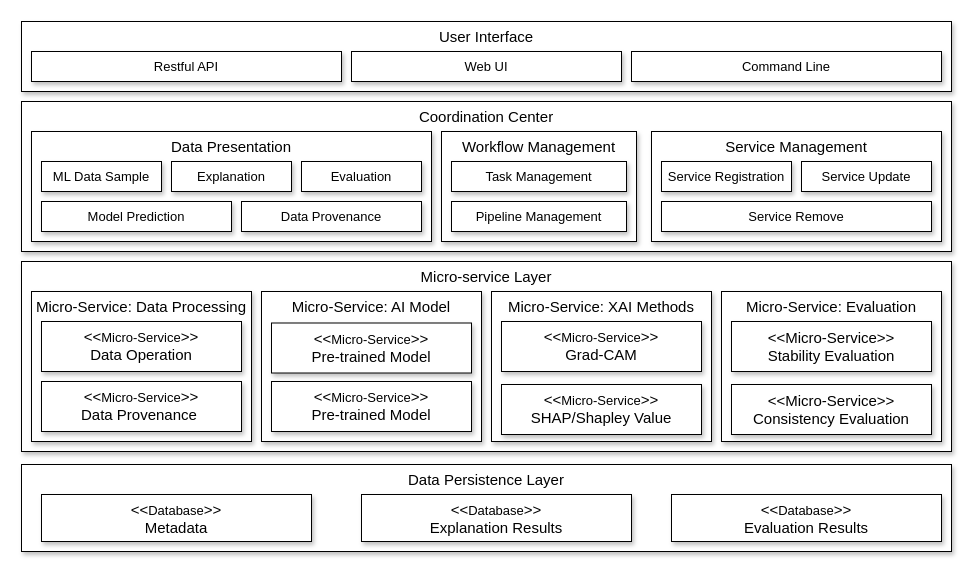
This is page "New sys layer arch" (3 of 8) of design.drawio from ZeruiW/XAI-Service, a draw.io file, before an edit. Source tidied: cells renumbered, new cells numbered last; positions are measured from the earlier drawing's top-left corner, leaving out a move shared by most shapes. Both pictures are drawn from the tidied source at 100%, with x=0, y=0 at pixel (21, 21).
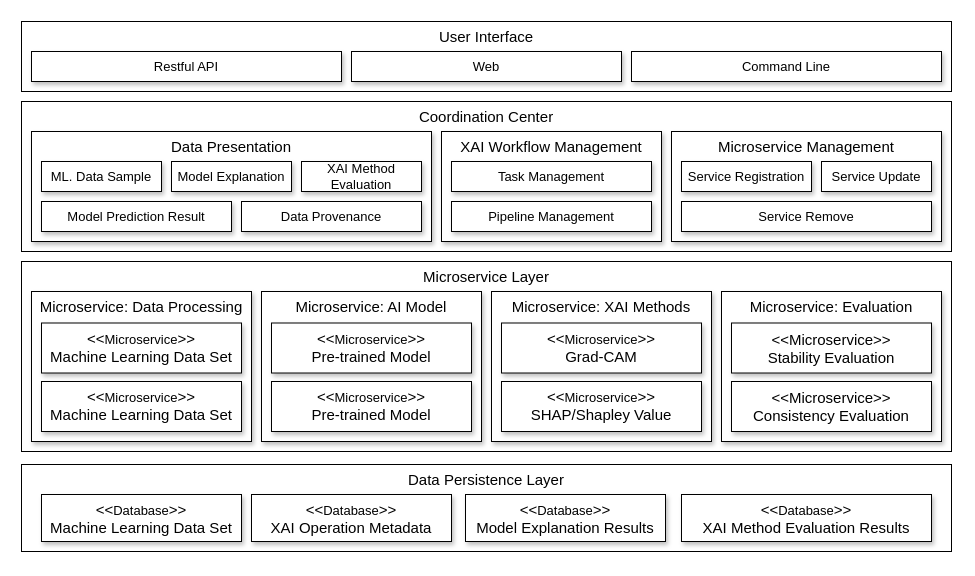
After the change.

Change to the diagram source:
```diff
@@
-    <mxCell id="2" value="User Interface" style="rounded=0;whiteSpace=wrap;html=1;fontSize=15;align=center;verticalAlign=top;shadow=1;" parent="1" vertex="1">
+    <mxCell id="2" value="User Interface" style="rounded=0;whiteSpace=wrap;html=1;fontSize=15;align=center;verticalAlign=top;shadow=0;" parent="1" vertex="1">
       <mxGeometry width="930" height="70" as="geometry" />
     </mxCell>
-    <mxCell id="3" value="Micro-service Layer" style="rounded=0;whiteSpace=wrap;html=1;fontSize=15;verticalAlign=top;shadow=1;" parent="1" vertex="1">
+    <mxCell id="3" value="Microservice Layer" style="rounded=0;whiteSpace=wrap;html=1;fontSize=15;verticalAlign=top;shadow=0;" parent="1" vertex="1">
       <mxGeometry y="240" width="930" height="190" as="geometry" />
     </mxCell>
-    <mxCell id="4" value="Data Persistence Layer" style="rounded=0;whiteSpace=wrap;html=1;fontSize=15;verticalAlign=top;shadow=1;" parent="1" vertex="1">
+    <mxCell id="4" value="Data Persistence Layer" style="rounded=0;whiteSpace=wrap;html=1;fontSize=15;verticalAlign=top;shadow=0;" parent="1" vertex="1">
       <mxGeometry y="443" width="930" height="87" as="geometry" />
     </mxCell>
-    <mxCell id="5" value="Micro-Service: AI Model" style="rounded=0;whiteSpace=wrap;html=1;fontSize=15;align=center;verticalAlign=top;shadow=1;" parent="1" vertex="1">
+    <mxCell id="5" value="Microservice: AI Model" style="rounded=0;whiteSpace=wrap;html=1;fontSize=15;align=center;verticalAlign=top;shadow=1;" parent="1" vertex="1">
       <mxGeometry x="240" y="270" width="220" height="150" as="geometry" />
     </mxCell>
-    <mxCell id="6" value="Micro-Service: Data Processing" style="rounded=0;whiteSpace=wrap;html=1;fontSize=15;align=center;verticalAlign=top;shadow=1;" parent="1" vertex="1">
+    <mxCell id="6" value="Microservice: Data Processing" style="rounded=0;whiteSpace=wrap;html=1;fontSize=15;align=center;verticalAlign=top;shadow=1;" parent="1" vertex="1">
       <mxGeometry x="10" y="270" width="220" height="150" as="geometry" />
     </mxCell>
-    <mxCell id="7" value="&amp;lt;&amp;lt;&lt;span style=&quot;font-size: 13px&quot;&gt;Micro-Service&lt;/span&gt;&amp;gt;&amp;gt;&lt;br&gt;Pre-trained Model" style="rounded=0;whiteSpace=wrap;html=1;fontSize=15;verticalAlign=top;shadow=1;" parent="1" vertex="1">
+    <mxCell id="7" value="&amp;lt;&amp;lt;&lt;span style=&quot;font-size: 13px&quot;&gt;Microservice&lt;/span&gt;&amp;gt;&amp;gt;&lt;br&gt;Pre-trained Model" style="rounded=0;whiteSpace=wrap;html=1;fontSize=15;verticalAlign=top;shadow=1;" parent="1" vertex="1">
       <mxGeometry x="250" y="301.5" width="200" height="50" as="geometry" />
     </mxCell>
-    <mxCell id="8" value="&amp;lt;&amp;lt;&lt;span style=&quot;font-size: 13px&quot;&gt;Micro-Service&lt;/span&gt;&amp;gt;&amp;gt;&lt;br&gt;Pre-trained Model" style="rounded=0;whiteSpace=wrap;html=1;fontSize=15;verticalAlign=top;shadow=1;" parent="1" vertex="1">
+    <mxCell id="8" value="&amp;lt;&amp;lt;&lt;span style=&quot;font-size: 13px&quot;&gt;Microservice&lt;/span&gt;&amp;gt;&amp;gt;&lt;br&gt;Pre-trained Model" style="rounded=0;whiteSpace=wrap;html=1;fontSize=15;verticalAlign=top;shadow=1;" parent="1" vertex="1">
       <mxGeometry x="250" y="360" width="200" height="50" as="geometry" />
     </mxCell>
-    <mxCell id="9" value="Micro-Service: XAI Methods" style="rounded=0;whiteSpace=wrap;html=1;fontSize=15;align=center;verticalAlign=top;shadow=1;" parent="1" vertex="1">
+    <mxCell id="9" value="Microservice: XAI Methods" style="rounded=0;whiteSpace=wrap;html=1;fontSize=15;align=center;verticalAlign=top;shadow=1;" parent="1" vertex="1">
       <mxGeometry x="470" y="270" width="220" height="150" as="geometry" />
     </mxCell>
-    <mxCell id="10" value="&amp;lt;&amp;lt;&lt;span style=&quot;font-size: 13px&quot;&gt;Micro-Service&lt;/span&gt;&amp;gt;&amp;gt;&lt;br&gt;SHAP/Shapley Value" style="rounded=0;whiteSpace=wrap;html=1;fontSize=15;verticalAlign=top;shadow=1;" parent="1" vertex="1">
-      <mxGeometry x="480" y="363" width="200" height="50" as="geometry" />
+    <mxCell id="10" value="&amp;lt;&amp;lt;&lt;span style=&quot;font-size: 13px&quot;&gt;Microservice&lt;/span&gt;&amp;gt;&amp;gt;&lt;br&gt;SHAP/Shapley Value" style="rounded=0;whiteSpace=wrap;html=1;fontSize=15;verticalAlign=top;shadow=1;" parent="1" vertex="1">
+      <mxGeometry x="480" y="360" width="200" height="50" as="geometry" />
     </mxCell>
-    <mxCell id="11" value="Micro-Service: Evaluation" style="rounded=0;whiteSpace=wrap;html=1;fontSize=15;align=center;verticalAlign=top;shadow=1;" parent="1" vertex="1">
+    <mxCell id="11" value="Microservice: Evaluation" style="rounded=0;whiteSpace=wrap;html=1;fontSize=15;align=center;verticalAlign=top;shadow=1;" parent="1" vertex="1">
       <mxGeometry x="700" y="270" width="220" height="150" as="geometry" />
     </mxCell>
-    <mxCell id="12" value="&amp;lt;&amp;lt;&lt;span style=&quot;font-size: 13px&quot;&gt;Micro-Service&lt;/span&gt;&amp;gt;&amp;gt;&lt;br&gt;Grad-CAM" style="rounded=0;whiteSpace=wrap;html=1;fontSize=15;verticalAlign=top;shadow=1;" parent="1" vertex="1">
-      <mxGeometry x="480" y="300" width="200" height="50" as="geometry" />
+    <mxCell id="12" value="&amp;lt;&amp;lt;&lt;span style=&quot;font-size: 13px&quot;&gt;Microservice&lt;/span&gt;&amp;gt;&amp;gt;&lt;br&gt;Grad-CAM" style="rounded=0;whiteSpace=wrap;html=1;fontSize=15;verticalAlign=top;shadow=1;" parent="1" vertex="1">
+      <mxGeometry x="480" y="301.5" width="200" height="50" as="geometry" />
     </mxCell>
     <mxCell id="13" style="edgeStyle=orthogonalEdgeStyle;rounded=0;orthogonalLoop=1;jettySize=auto;html=1;exitX=0.5;exitY=1;exitDx=0;exitDy=0;fontSize=15;shadow=1;" parent="1" edge="1">
       <mxGeometry relative="1" as="geometry">
-        <mxPoint x="125" y="350" as="sourcePoint" />
-        <mxPoint x="125" y="350" as="targetPoint" />
+        <mxPoint x="125" y="375" as="sourcePoint" />
+        <mxPoint x="125" y="375" as="targetPoint" />
       </mxGeometry>
     </mxCell>
-    <mxCell id="14" value="&lt;font style=&quot;font-size: 15px&quot;&gt;&amp;lt;&amp;lt;Micro-Service&amp;gt;&amp;gt;&lt;br&gt;Stability Evaluation&lt;/font&gt;" style="rounded=0;whiteSpace=wrap;html=1;fontSize=13;align=center;verticalAlign=middle;shadow=1;" parent="1" vertex="1">
-      <mxGeometry x="710" y="300" width="200" height="50" as="geometry" />
+    <mxCell id="14" value="&lt;font style=&quot;font-size: 15px&quot;&gt;&amp;lt;&amp;lt;Microservice&amp;gt;&amp;gt;&lt;br&gt;Stability Evaluation&lt;/font&gt;" style="rounded=0;whiteSpace=wrap;html=1;fontSize=13;align=center;verticalAlign=middle;shadow=1;" parent="1" vertex="1">
+      <mxGeometry x="710" y="301.5" width="200" height="50" as="geometry" />
     </mxCell>
-    <mxCell id="15" value="&lt;font style=&quot;font-size: 15px&quot;&gt;&amp;lt;&amp;lt;Micro-Service&amp;gt;&amp;gt;&lt;br&gt;Consistency Evaluation&lt;/font&gt;" style="rounded=0;whiteSpace=wrap;html=1;fontSize=13;align=center;verticalAlign=middle;shadow=1;" parent="1" vertex="1">
-      <mxGeometry x="710" y="363" width="200" height="50" as="geometry" />
+    <mxCell id="15" value="&lt;font style=&quot;font-size: 15px&quot;&gt;&amp;lt;&amp;lt;Microservice&amp;gt;&amp;gt;&lt;br&gt;Consistency Evaluation&lt;/font&gt;" style="rounded=0;whiteSpace=wrap;html=1;fontSize=13;align=center;verticalAlign=middle;shadow=1;" parent="1" vertex="1">
+      <mxGeometry x="710" y="360" width="200" height="50" as="geometry" />
     </mxCell>
-    <mxCell id="16" value="&amp;lt;&amp;lt;&lt;span style=&quot;font-size: 13px&quot;&gt;Micro-Service&lt;/span&gt;&amp;gt;&amp;gt;&lt;br&gt;Data Operation" style="rounded=0;whiteSpace=wrap;html=1;fontSize=15;verticalAlign=top;shadow=1;" parent="1" vertex="1">
-      <mxGeometry x="20" y="300" width="200" height="50" as="geometry" />
+    <mxCell id="16" value="&amp;lt;&amp;lt;&lt;span style=&quot;font-size: 13px&quot;&gt;Microservice&lt;/span&gt;&amp;gt;&amp;gt;&lt;br&gt;Machine Learning Data Set" style="rounded=0;whiteSpace=wrap;html=1;fontSize=15;verticalAlign=top;shadow=1;" parent="1" vertex="1">
+      <mxGeometry x="20" y="301.5" width="200" height="50" as="geometry" />
     </mxCell>
-    <mxCell id="17" value="&amp;lt;&amp;lt;&lt;span style=&quot;font-size: 13px&quot;&gt;Micro-Service&lt;/span&gt;&amp;gt;&amp;gt;&lt;br&gt;Data Provenance&amp;nbsp;" style="rounded=0;whiteSpace=wrap;html=1;fontSize=15;verticalAlign=top;shadow=1;" parent="1" vertex="1">
-      <mxGeometry x="20" y="360" width="200" height="50" as="geometry" />
-    </mxCell>
@@
-    <mxCell id="19" value="&lt;font style=&quot;font-size: 13px&quot;&gt;Web UI&lt;/font&gt;" style="rounded=0;whiteSpace=wrap;html=1;fontSize=13;align=center;verticalAlign=middle;shadow=1;" parent="1" vertex="1">
+    <mxCell id="19" value="&lt;font style=&quot;font-size: 13px&quot;&gt;Web&lt;/font&gt;" style="rounded=0;whiteSpace=wrap;html=1;fontSize=13;align=center;verticalAlign=middle;shadow=1;" parent="1" vertex="1">
       <mxGeometry x="330" y="30" width="270" height="30" as="geometry" />
     </mxCell>
@@
-    <mxCell id="21" value="&amp;lt;&amp;lt;&lt;span style=&quot;font-size: 13px&quot;&gt;Database&lt;/span&gt;&amp;gt;&amp;gt;&lt;br&gt;Metadata" style="rounded=0;whiteSpace=wrap;html=1;fontSize=15;verticalAlign=top;shadow=1;" parent="1" vertex="1">
-      <mxGeometry x="20" y="473" width="270" height="47" as="geometry" />
+    <mxCell id="21" value="&amp;lt;&amp;lt;&lt;span style=&quot;font-size: 13px&quot;&gt;Database&lt;/span&gt;&amp;gt;&amp;gt;&lt;br&gt;XAI Operation Metadata" style="rounded=0;whiteSpace=wrap;html=1;fontSize=15;verticalAlign=top;shadow=1;" parent="1" vertex="1">
+      <mxGeometry x="230" y="473" width="200" height="47" as="geometry" />
     </mxCell>
-    <mxCell id="22" value="&amp;lt;&amp;lt;&lt;span style=&quot;font-size: 13px&quot;&gt;Database&lt;/span&gt;&amp;gt;&amp;gt;&lt;br&gt;Explanation Results" style="rounded=0;whiteSpace=wrap;html=1;fontSize=15;verticalAlign=top;shadow=1;" parent="1" vertex="1">
-      <mxGeometry x="340" y="473" width="270" height="47" as="geometry" />
+    <mxCell id="22" value="&amp;lt;&amp;lt;&lt;span style=&quot;font-size: 13px&quot;&gt;Database&lt;/span&gt;&amp;gt;&amp;gt;&lt;br&gt;Model Explanation Results" style="rounded=0;whiteSpace=wrap;html=1;fontSize=15;verticalAlign=top;shadow=1;" parent="1" vertex="1">
+      <mxGeometry x="444" y="473" width="200" height="47" as="geometry" />
     </mxCell>
-    <mxCell id="23" value="&amp;lt;&amp;lt;&lt;span style=&quot;font-size: 13px&quot;&gt;Database&lt;/span&gt;&amp;gt;&amp;gt;&lt;br&gt;Evaluation Results" style="rounded=0;whiteSpace=wrap;html=1;fontSize=15;verticalAlign=top;shadow=1;" parent="1" vertex="1">
-      <mxGeometry x="650" y="473" width="270" height="47" as="geometry" />
+    <mxCell id="23" value="&amp;lt;&amp;lt;&lt;span style=&quot;font-size: 13px&quot;&gt;Database&lt;/span&gt;&amp;gt;&amp;gt;&lt;br&gt;XAI Method Evaluation Results" style="rounded=0;whiteSpace=wrap;html=1;fontSize=15;verticalAlign=top;shadow=1;" parent="1" vertex="1">
+      <mxGeometry x="660" y="473" width="250" height="47" as="geometry" />
     </mxCell>
-    <mxCell id="24" value="Coordination Center" style="rounded=0;whiteSpace=wrap;html=1;fontSize=15;align=center;verticalAlign=top;shadow=1;" parent="1" vertex="1">
+    <mxCell id="24" value="Coordination Center" style="rounded=0;whiteSpace=wrap;html=1;fontSize=15;align=center;verticalAlign=top;shadow=0;" parent="1" vertex="1">
       <mxGeometry y="80" width="930" height="150" as="geometry" />
     </mxCell>
-    <mxCell id="25" value="&lt;span style=&quot;font-size: 15px&quot;&gt;Workflow Management&lt;/span&gt;" style="rounded=0;whiteSpace=wrap;html=1;fontSize=13;verticalAlign=top;shadow=1;" parent="1" vertex="1">
-      <mxGeometry x="420" y="110" width="195" height="110" as="geometry" />
+    <mxCell id="25" value="&lt;span style=&quot;font-size: 15px&quot;&gt;XAI Workflow Management&lt;/span&gt;" style="rounded=0;whiteSpace=wrap;html=1;fontSize=13;verticalAlign=top;shadow=1;" parent="1" vertex="1">
+      <mxGeometry x="420" y="110" width="220" height="110" as="geometry" />
     </mxCell>
-    <mxCell id="26" value="&lt;span style=&quot;font-size: 15px&quot;&gt;Service Management&lt;/span&gt;" style="rounded=0;whiteSpace=wrap;html=1;fontSize=13;verticalAlign=top;shadow=1;" parent="1" vertex="1">
-      <mxGeometry x="630" y="110" width="290" height="110" as="geometry" />
+    <mxCell id="26" value="&lt;span style=&quot;font-size: 15px&quot;&gt;Microservice Management&lt;/span&gt;" style="rounded=0;whiteSpace=wrap;html=1;fontSize=13;verticalAlign=top;shadow=1;" parent="1" vertex="1">
+      <mxGeometry x="650" y="110" width="270" height="110" as="geometry" />
     </mxCell>
     <mxCell id="27" value="&lt;font style=&quot;font-size: 13px&quot;&gt;Service Registration&lt;/font&gt;" style="rounded=0;whiteSpace=wrap;html=1;fontSize=13;align=center;verticalAlign=middle;shadow=1;" parent="1" vertex="1">
-      <mxGeometry x="640" y="140" width="130" height="30" as="geometry" />
+      <mxGeometry x="660" y="140" width="130" height="30" as="geometry" />
     </mxCell>
     <mxCell id="28" value="&lt;font style=&quot;font-size: 13px&quot;&gt;Service Update&lt;/font&gt;" style="rounded=0;whiteSpace=wrap;html=1;fontSize=13;align=center;verticalAlign=middle;shadow=1;" parent="1" vertex="1">
-      <mxGeometry x="780" y="140" width="130" height="30" as="geometry" />
+      <mxGeometry x="800" y="140" width="110" height="30" as="geometry" />
     </mxCell>
     <mxCell id="29" value="&lt;font style=&quot;font-size: 13px&quot;&gt;Service Remove&lt;/font&gt;" style="rounded=0;whiteSpace=wrap;html=1;fontSize=13;align=center;verticalAlign=middle;shadow=1;" parent="1" vertex="1">
-      <mxGeometry x="640" y="180" width="270" height="30" as="geometry" />
+      <mxGeometry x="660" y="180" width="250" height="30" as="geometry" />
     </mxCell>
     <mxCell id="30" value="&lt;font style=&quot;font-size: 13px&quot;&gt;Task Management&lt;/font&gt;" style="rounded=0;whiteSpace=wrap;html=1;fontSize=13;align=center;verticalAlign=middle;shadow=1;" parent="1" vertex="1">
-      <mxGeometry x="430" y="140" width="175" height="30" as="geometry" />
+      <mxGeometry x="430" y="140" width="200" height="30" as="geometry" />
     </mxCell>
     <mxCell id="31" value="&lt;font style=&quot;font-size: 13px&quot;&gt;Pipeline Management&lt;/font&gt;" style="rounded=0;whiteSpace=wrap;html=1;fontSize=13;align=center;verticalAlign=middle;shadow=1;" parent="1" vertex="1">
-      <mxGeometry x="430" y="180" width="175" height="30" as="geometry" />
+      <mxGeometry x="430" y="180" width="200" height="30" as="geometry" />
     </mxCell>
@@
-    <mxCell id="33" value="&lt;font style=&quot;font-size: 13px&quot;&gt;Explanation&lt;/font&gt;" style="rounded=0;whiteSpace=wrap;html=1;fontSize=13;align=center;verticalAlign=middle;shadow=1;" parent="1" vertex="1">
+    <mxCell id="33" value="&lt;font style=&quot;font-size: 13px&quot;&gt;Model Explanation&lt;/font&gt;" style="rounded=0;whiteSpace=wrap;html=1;fontSize=13;align=center;verticalAlign=middle;shadow=1;" parent="1" vertex="1">
       <mxGeometry x="150" y="140" width="120" height="30" as="geometry" />
     </mxCell>
-    <mxCell id="34" value="&lt;font style=&quot;font-size: 13px&quot;&gt;Model Prediction&lt;/font&gt;" style="rounded=0;whiteSpace=wrap;html=1;fontSize=13;align=center;verticalAlign=middle;shadow=1;" parent="1" vertex="1">
+    <mxCell id="34" value="&lt;font style=&quot;font-size: 13px&quot;&gt;Model Prediction Result&lt;/font&gt;" style="rounded=0;whiteSpace=wrap;html=1;fontSize=13;align=center;verticalAlign=middle;shadow=1;" parent="1" vertex="1">
       <mxGeometry x="20" y="180" width="190" height="30" as="geometry" />
     </mxCell>
-    <mxCell id="35" value="&lt;font style=&quot;font-size: 13px&quot;&gt;Evaluation&lt;/font&gt;" style="rounded=0;whiteSpace=wrap;html=1;fontSize=13;align=center;verticalAlign=middle;shadow=1;" parent="1" vertex="1">
+    <mxCell id="35" value="&lt;font style=&quot;font-size: 13px&quot;&gt;XAI Method Evaluation&lt;/font&gt;" style="rounded=0;whiteSpace=wrap;html=1;fontSize=13;align=center;verticalAlign=middle;shadow=1;" parent="1" vertex="1">
       <mxGeometry x="280" y="140" width="120" height="30" as="geometry" />
     </mxCell>
@@
-    <mxCell id="37" value="&lt;font style=&quot;font-size: 13px&quot;&gt;ML Data Sample&lt;/font&gt;" style="rounded=0;whiteSpace=wrap;html=1;fontSize=13;align=center;verticalAlign=middle;shadow=1;" parent="1" vertex="1">
+    <mxCell id="37" value="&lt;font style=&quot;font-size: 13px&quot;&gt;ML. Data Sample&lt;/font&gt;" style="rounded=0;whiteSpace=wrap;html=1;fontSize=13;align=center;verticalAlign=middle;shadow=1;" parent="1" vertex="1">
       <mxGeometry x="20" y="140" width="120" height="30" as="geometry" />
     </mxCell>
+    <mxCell id="38" value="&amp;lt;&amp;lt;&lt;span style=&quot;font-size: 13px&quot;&gt;Database&lt;/span&gt;&amp;gt;&amp;gt;&lt;br&gt;Machine Learning Data Set" style="rounded=0;whiteSpace=wrap;html=1;fontSize=15;verticalAlign=top;shadow=1;" parent="1" vertex="1">
+      <mxGeometry x="20" y="473" width="200" height="47" as="geometry" />
+    </mxCell>
+    <mxCell id="39" value="&amp;lt;&amp;lt;&lt;span style=&quot;font-size: 13px&quot;&gt;Microservice&lt;/span&gt;&amp;gt;&amp;gt;&lt;br&gt;Machine Learning Data Set" style="rounded=0;whiteSpace=wrap;html=1;fontSize=15;verticalAlign=top;shadow=1;" parent="1" vertex="1">
+      <mxGeometry x="20" y="360" width="200" height="50" as="geometry" />
+    </mxCell>
```
